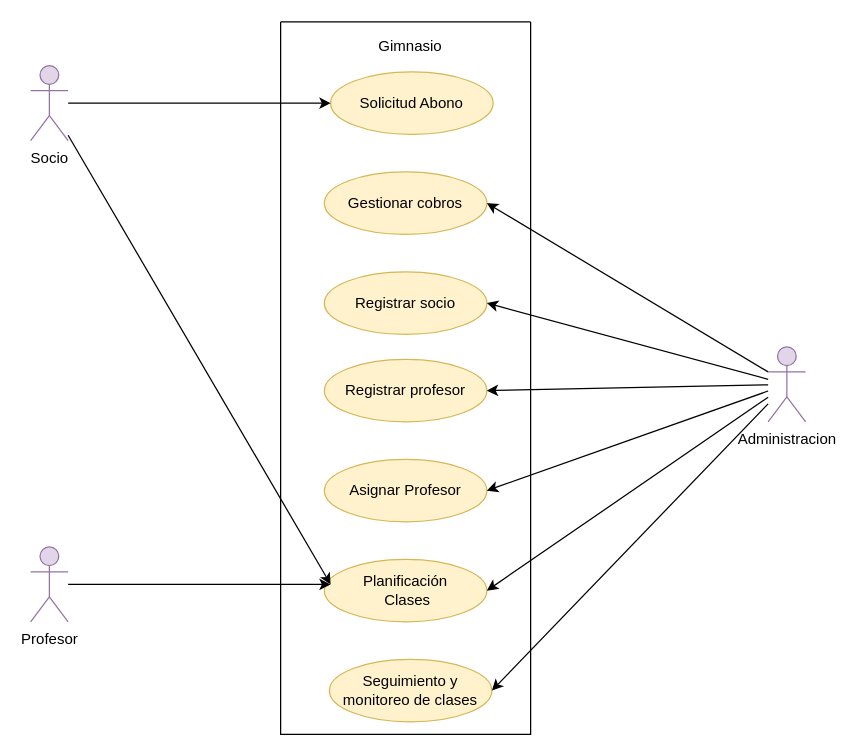
Above: casos de uso.drawio in Alexisgr93/elixir (draw.io), before the change. Source tidied: cells renumbered, new cells numbered last; positions are measured from the earlier drawing's top-left corner, leaving out a move shared by most shapes. Both pictures are drawn from the tidied source at 125%, with x=0, y=0 at pixel (30, 21).
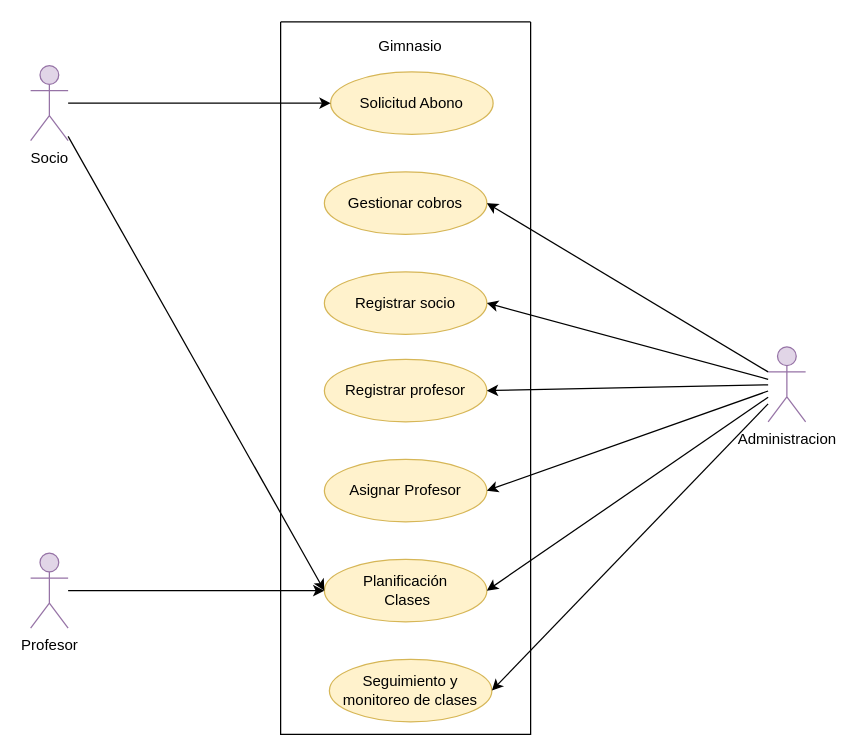
The same diagram, later.

The change refers to these unchanged cells:
```xml
<mxCell id="9" value="Planificación&lt;br&gt;&amp;nbsp;Clases" style="ellipse;whiteSpace=wrap;html=1;fillColor=#fff2cc;strokeColor=#d6b656;" parent="2" vertex="1">
  <mxGeometry x="35" y="430" width="130" height="50" as="geometry" />
</mxCell>
<mxCell id="11" value="Socio" style="shape=umlActor;verticalLabelPosition=bottom;verticalAlign=top;html=1;outlineConnect=0;fillColor=#e1d5e7;strokeColor=#9673a6;" parent="1" vertex="1">
  <mxGeometry y="35" width="30" height="60" as="geometry" />
</mxCell>
```

What changed in the source:
```diff
@@
     <mxCell id="13" value="Profesor" style="shape=umlActor;verticalLabelPosition=bottom;verticalAlign=top;html=1;outlineConnect=0;fillColor=#e1d5e7;strokeColor=#9673a6;" parent="1" vertex="1">
-      <mxGeometry y="420" width="30" height="60" as="geometry" />
+      <mxGeometry y="425" width="30" height="60" as="geometry" />
     </mxCell>
@@
-    <mxCell id="20" style="endArrow=classic;html=1;" parent="1" edge="1" source="13">
-      <mxGeometry relative="1" as="geometry">
-        <mxPoint x="240" y="450" as="targetPoint" />
-      </mxGeometry>
+    <mxCell id="20" style="endArrow=classic;html=1;entryX=0;entryY=0.5;entryDx=0;entryDy=0;" parent="1" edge="1" source="13" target="9">
+      <mxGeometry relative="1" as="geometry" />
     </mxCell>
-    <mxCell id="21" style="endArrow=classic;html=1;" parent="1" edge="1" source="11">
-      <mxGeometry relative="1" as="geometry">
-        <mxPoint x="240" y="450" as="targetPoint" />
-      </mxGeometry>
+    <mxCell id="21" style="endArrow=classic;html=1;entryX=0;entryY=0.5;entryDx=0;entryDy=0;" parent="1" edge="1" source="11" target="9">
+      <mxGeometry relative="1" as="geometry" />
     </mxCell>
```
